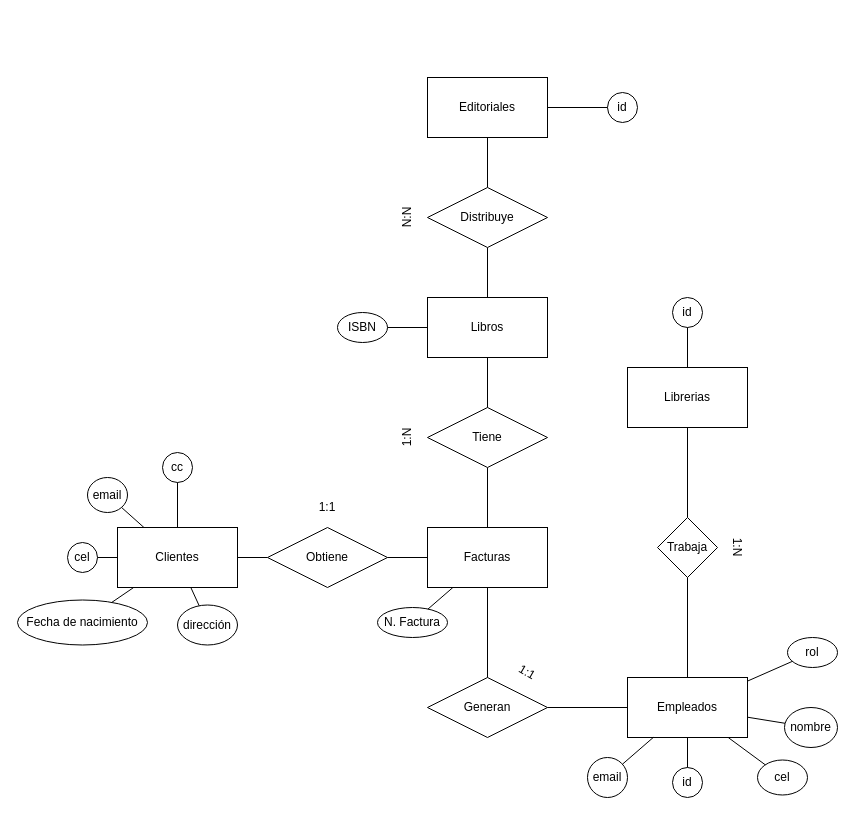
Above: diagrama-libreria.drawio in juangduque/bit-classes-2023 (draw.io), before the change. Source tidied: cells renumbered, new cells numbered last; positions are measured from the earlier drawing's top-left corner, leaving out a move shared by most shapes. Both pictures are drawn from the tidied source at 100%, with x=0, y=0 at pixel (17, 77).
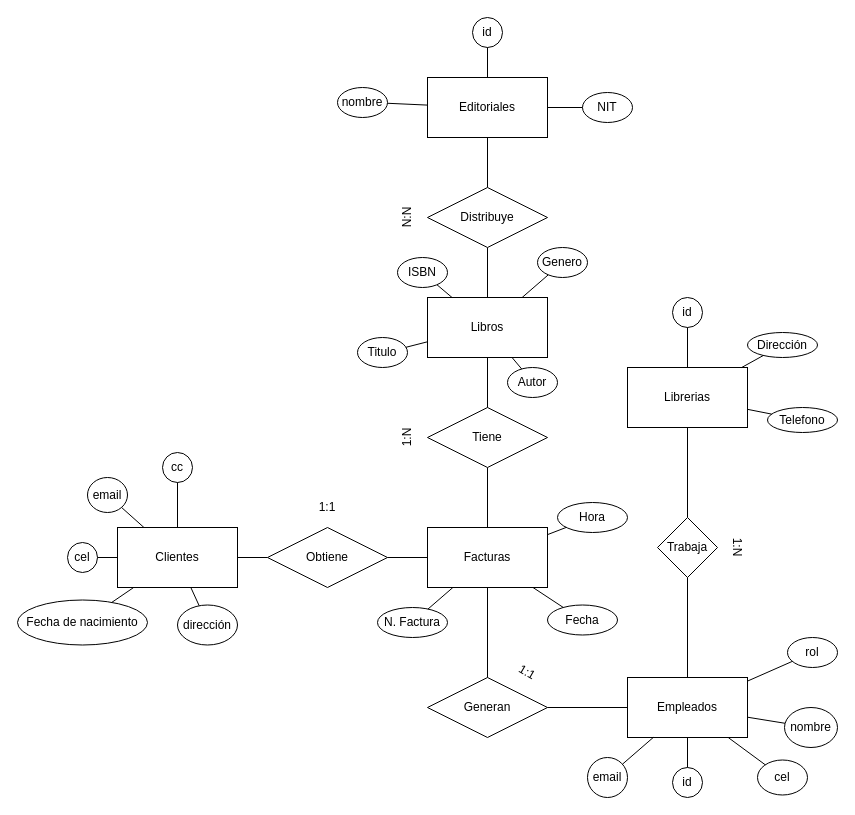
The same diagram, later.

The change refers to these unchanged cells:
```xml
<mxCell id="2" value="Libros" style="rounded=0;whiteSpace=wrap;html=1;" parent="1" vertex="1">
  <mxGeometry x="410" y="220" width="120" height="60" as="geometry" />
</mxCell>
<mxCell id="4" value="Librerias" style="rounded=0;whiteSpace=wrap;html=1;" parent="1" vertex="1">
  <mxGeometry x="610" y="290" width="120" height="60" as="geometry" />
</mxCell>
<mxCell id="6" value="Editoriales" style="rounded=0;whiteSpace=wrap;html=1;" parent="1" vertex="1">
  <mxGeometry x="410" width="120" height="60" as="geometry" />
</mxCell>
<mxCell id="20" value="Facturas" style="rounded=0;whiteSpace=wrap;html=1;" parent="1" vertex="1">
  <mxGeometry x="410" y="450" width="120" height="60" as="geometry" />
</mxCell>
```

Change to the diagram source:
```diff
@@
     <mxCell id="36" value="ISBN" style="ellipse;whiteSpace=wrap;html=1;" parent="1" vertex="1">
-      <mxGeometry x="320" y="235" width="50" height="30" as="geometry" />
+      <mxGeometry x="380" y="180" width="50" height="30" as="geometry" />
     </mxCell>
@@
     <mxCell id="38" value="id" style="ellipse;whiteSpace=wrap;html=1;" parent="1" vertex="1">
-      <mxGeometry x="590" y="15" width="30" height="30" as="geometry" />
+      <mxGeometry x="455" y="-60" width="30" height="30" as="geometry" />
     </mxCell>
@@
+    <mxCell id="56" value="Dirección" style="ellipse;whiteSpace=wrap;html=1;" parent="1" vertex="1">
+      <mxGeometry x="730" y="255" width="70" height="25" as="geometry" />
+    </mxCell>
+    <mxCell id="57" value="Telefono" style="ellipse;whiteSpace=wrap;html=1;" parent="1" vertex="1">
+      <mxGeometry x="750" y="330" width="70" height="25" as="geometry" />
+    </mxCell>
+    <mxCell id="58" value="Titulo" style="ellipse;whiteSpace=wrap;html=1;" parent="1" vertex="1">
+      <mxGeometry x="340" y="260" width="50" height="30" as="geometry" />
+    </mxCell>
+    <mxCell id="59" value="Autor" style="ellipse;whiteSpace=wrap;html=1;" parent="1" vertex="1">
+      <mxGeometry x="490" y="290" width="50" height="30" as="geometry" />
+    </mxCell>
+    <mxCell id="60" value="Genero" style="ellipse;whiteSpace=wrap;html=1;" parent="1" vertex="1">
+      <mxGeometry x="520" y="170" width="50" height="30" as="geometry" />
+    </mxCell>
+    <mxCell id="61" style="endArrow=none;html=1;rounded=0;" parent="1" edge="1" source="59" target="2">
+      <mxGeometry relative="1" as="geometry" />
+    </mxCell>
+    <mxCell id="62" style="endArrow=none;html=1;rounded=0;" parent="1" edge="1" source="2" target="60">
+      <mxGeometry relative="1" as="geometry" />
+    </mxCell>
+    <mxCell id="63" style="endArrow=none;html=1;rounded=0;" parent="1" edge="1" source="58" target="2">
+      <mxGeometry relative="1" as="geometry" />
+    </mxCell>
+    <mxCell id="64" style="endArrow=none;html=1;rounded=0;" parent="1" edge="1" source="4" target="56">
+      <mxGeometry relative="1" as="geometry" />
+    </mxCell>
+    <mxCell id="65" style="endArrow=none;html=1;rounded=0;" parent="1" edge="1" source="4" target="57">
+      <mxGeometry relative="1" as="geometry" />
+    </mxCell>
+    <mxCell id="66" value="Fecha" style="ellipse;whiteSpace=wrap;html=1;" parent="1" vertex="1">
+      <mxGeometry x="530" y="527.5" width="70" height="30" as="geometry" />
+    </mxCell>
+    <mxCell id="67" value="Hora" style="ellipse;whiteSpace=wrap;html=1;" parent="1" vertex="1">
+      <mxGeometry x="540" y="425" width="70" height="30" as="geometry" />
+    </mxCell>
+    <mxCell id="68" style="endArrow=none;html=1;rounded=0;" parent="1" edge="1" source="67" target="20">
+      <mxGeometry relative="1" as="geometry" />
+    </mxCell>
+    <mxCell id="69" style="endArrow=none;html=1;rounded=0;" parent="1" edge="1" source="20" target="66">
+      <mxGeometry relative="1" as="geometry" />
+    </mxCell>
+    <mxCell id="70" value="nombre" style="ellipse;whiteSpace=wrap;html=1;" parent="1" vertex="1">
+      <mxGeometry x="320" y="10" width="50" height="30" as="geometry" />
+    </mxCell>
+    <mxCell id="71" value="NIT" style="ellipse;whiteSpace=wrap;html=1;" parent="1" vertex="1">
+      <mxGeometry x="565" y="15" width="50" height="30" as="geometry" />
+    </mxCell>
+    <mxCell id="72" style="endArrow=none;html=1;rounded=0;" parent="1" edge="1" source="6" target="71">
+      <mxGeometry relative="1" as="geometry" />
+    </mxCell>
+    <mxCell id="73" style="endArrow=none;html=1;rounded=0;" parent="1" edge="1" source="70" target="6">
+      <mxGeometry relative="1" as="geometry" />
+    </mxCell>
```
